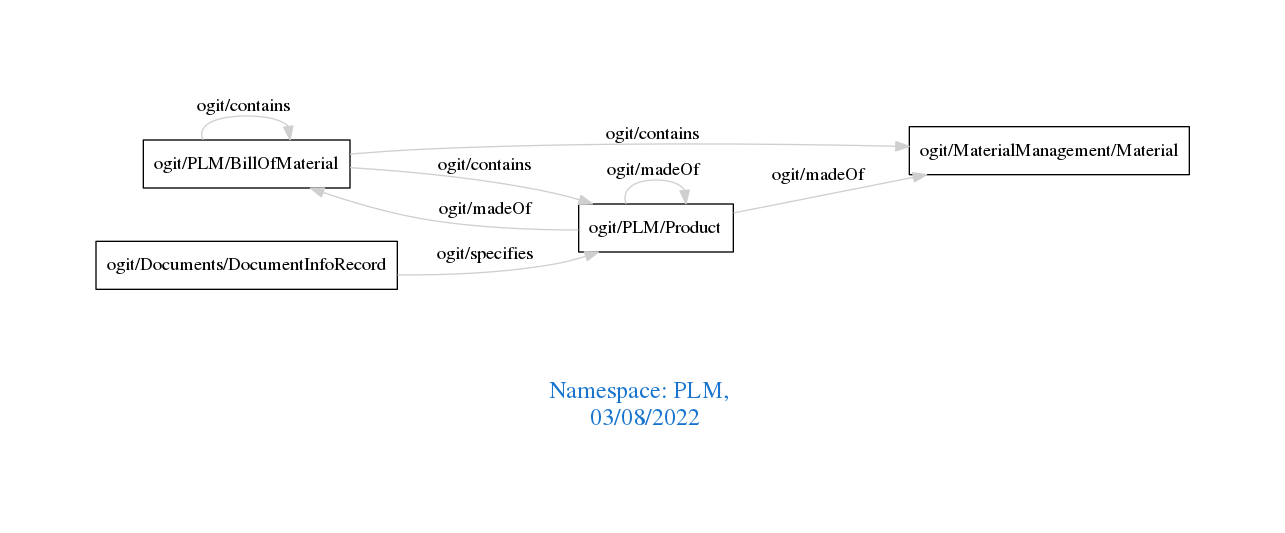
This is downloads/PLM.png from arago/OGIT, a Graphviz export, as it was before one commit. Its source is kept beside it as downloads/PLM.dot.
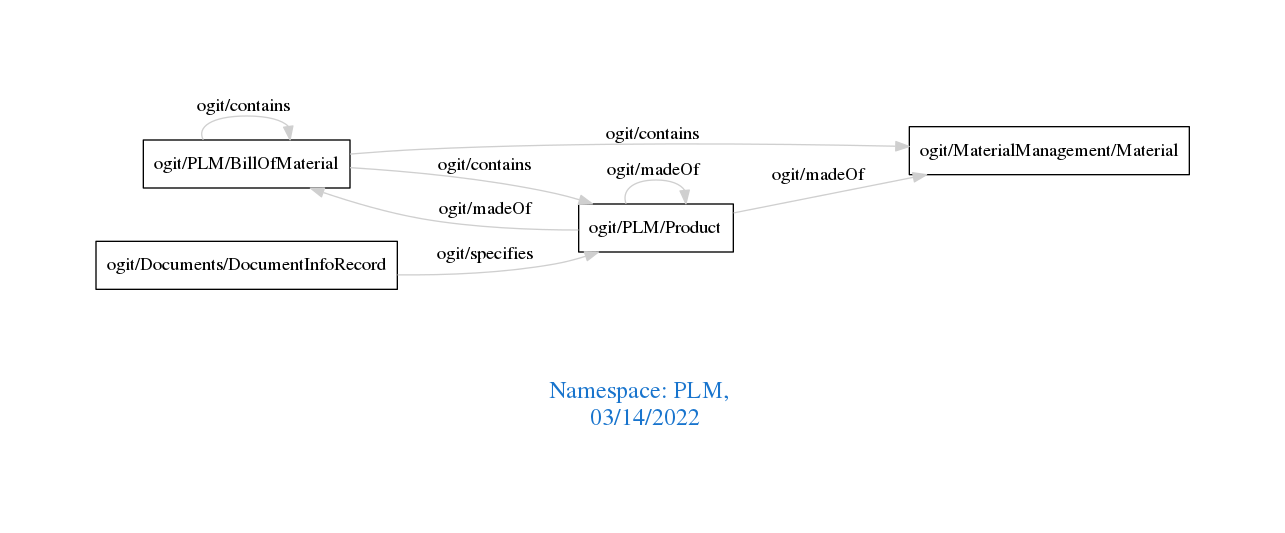
After the change.

The edit, as a diff of the source:
```diff
@@ -1,7 +1,7 @@
 digraph OGIT_ontology {
  graph [ rankdir= LR,pad=1
 fontsize = 18,
-fontcolor= dodgerblue3,label = "\n\n\nNamespace: PLM, \n 03/08/2022"];
+fontcolor= dodgerblue3,label = "\n\n\nNamespace: PLM, \n 03/14/2022"];
 node[shape=polygon];
 edge [  color="gray81"];
 
```
